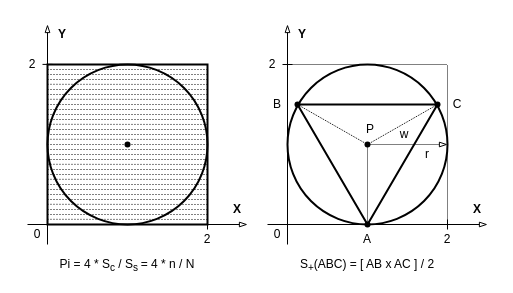
i-s-m-mipt/Education keeps this draw.io diagram as projects/examples/source/08.03.08.drawio. Above is the earlier version. Source tidied: cells renumbered, new cells numbered last; positions are measured from the earlier drawing's top-left corner, leaving out a move shared by most shapes. Both pictures are drawn from the tidied source at 100%, with x=0, y=0 at pixel (17, 24).
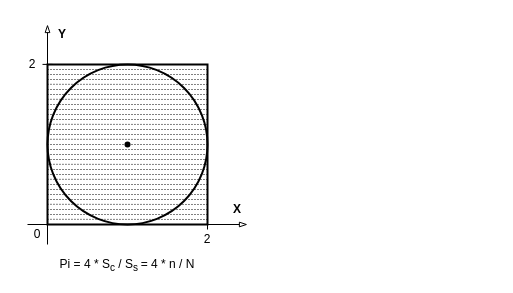
Above is the later version.

Change to the diagram source:
```diff
@@
-    <mxCell id="2" style="triangle;whiteSpace=wrap;html=1;fillColor=none;direction=south;strokeWidth=2;fontFamily=Helvetica;" parent="1" vertex="1">
-      <mxGeometry x="280" y="80" width="140" height="120" as="geometry" />
-    </mxCell>
-    <mxCell id="3" style="ellipse;whiteSpace=wrap;html=1;fillColor=none;strokeWidth=2;fontFamily=Helvetica;" parent="1" vertex="1">
-      <mxGeometry x="270" y="40" width="160" height="160" as="geometry" />
-    </mxCell>
@@
-    <mxCell id="13" style="endArrow=blockThin;html=1;rounded=0;endFill=0;strokeWidth=1;exitX=1;exitY=1;exitDx=0;exitDy=0;fontFamily=Helvetica;" parent="1" edge="1" source="20">
-      <mxGeometry relative="1" as="geometry">
-        <mxPoint x="270" as="targetPoint" />
-      </mxGeometry>
-    </mxCell>
-    <mxCell id="14" value="&lt;font&gt;&lt;b&gt;Y&lt;/b&gt;&lt;/font&gt;" style="text;html=1;align=center;verticalAlign=middle;whiteSpace=wrap;rounded=0;fontFamily=Helvetica;" parent="1" vertex="1">
-      <mxGeometry x="270" width="30" height="20" as="geometry" />
-    </mxCell>
-    <mxCell id="15" style="endArrow=blockThin;html=1;rounded=0;endFill=0;strokeWidth=1;exitX=0;exitY=0;exitDx=0;exitDy=0;fontFamily=Helvetica;" parent="1" edge="1" source="20">
-      <mxGeometry relative="1" as="geometry">
-        <mxPoint x="470" y="200" as="targetPoint" />
-      </mxGeometry>
-    </mxCell>
-    <mxCell id="16" value="&lt;font&gt;&lt;b&gt;X&lt;/b&gt;&lt;/font&gt;" style="text;html=1;align=center;verticalAlign=middle;whiteSpace=wrap;rounded=0;fontFamily=Helvetica;" parent="1" vertex="1">
-      <mxGeometry x="450" y="170" width="20" height="30" as="geometry" />
-    </mxCell>
-    <mxCell id="17" value="&lt;font&gt;P&lt;/font&gt;" style="text;html=1;align=center;verticalAlign=middle;whiteSpace=wrap;rounded=0;fontFamily=Helvetica;" parent="1" vertex="1">
-      <mxGeometry x="343" y="90" width="20" height="30" as="geometry" />
-    </mxCell>
-    <mxCell id="18" value="&lt;font&gt;2&lt;/font&gt;" style="text;html=1;align=center;verticalAlign=middle;whiteSpace=wrap;rounded=0;fontFamily=Helvetica;" parent="1" vertex="1">
-      <mxGeometry x="420" y="200" width="20" height="30" as="geometry" />
-    </mxCell>
-    <mxCell id="19" value="&lt;font&gt;2&lt;/font&gt;" style="text;html=1;align=center;verticalAlign=middle;whiteSpace=wrap;rounded=0;fontFamily=Helvetica;" parent="1" vertex="1">
-      <mxGeometry x="240" y="30" width="30" height="20" as="geometry" />
-    </mxCell>
-    <mxCell id="20" value="&lt;font&gt;0&lt;/font&gt;" style="text;html=1;align=center;verticalAlign=middle;whiteSpace=wrap;rounded=0;fontFamily=Helvetica;" parent="1" vertex="1">
-      <mxGeometry x="250" y="200" width="20" height="20" as="geometry" />
-    </mxCell>
@@
-    <mxCell id="53" value="A" style="text;html=1;align=center;verticalAlign=middle;whiteSpace=wrap;rounded=0;fontFamily=Helvetica;" parent="1" vertex="1">
-      <mxGeometry x="340" y="200" width="20" height="30" as="geometry" />
-    </mxCell>
-    <mxCell id="54" style="shape=waypoint;sketch=0;fillStyle=solid;size=6;fillColor=none;perimeter=centerPerimeter;fontFamily=Helvetica;" parent="1" vertex="1">
-      <mxGeometry x="340" y="190" width="20" height="20" as="geometry" />
-    </mxCell>
@@
-    <mxCell id="56" style="shape=waypoint;sketch=0;fillStyle=solid;size=6;points=[];fillColor=none;perimeter=centerPerimeter;snapToPoint=1;fontFamily=Helvetica;" parent="1" vertex="1">
-      <mxGeometry x="340" y="110" width="20" height="20" as="geometry" />
-    </mxCell>
-    <mxCell id="57" style="shape=waypoint;sketch=0;fillStyle=solid;size=6;points=[];fillColor=none;perimeter=centerPerimeter;snapToPoint=1;fontFamily=Helvetica;" parent="1" vertex="1">
-      <mxGeometry x="270" y="70" width="20" height="20" as="geometry" />
-    </mxCell>
-    <mxCell id="58" value="&lt;font&gt;B&lt;/font&gt;" style="text;html=1;align=center;verticalAlign=middle;whiteSpace=wrap;rounded=0;fontFamily=Helvetica;" parent="1" vertex="1">
-      <mxGeometry x="250" y="70" width="20" height="20" as="geometry" />
-    </mxCell>
-    <mxCell id="59" value="&lt;font&gt;C&lt;/font&gt;" style="text;html=1;align=center;verticalAlign=middle;whiteSpace=wrap;rounded=0;fontFamily=Helvetica;" parent="1" vertex="1">
-      <mxGeometry x="430" y="70" width="20" height="20" as="geometry" />
-    </mxCell>
-    <mxCell id="60" style="endArrow=none;html=1;rounded=0;endFill=0;exitDx=0;exitDy=0;exitPerimeter=0;dashed=1;dashPattern=1 1;fontFamily=Helvetica;" parent="1" edge="1" source="74">
-      <mxGeometry relative="1" as="geometry">
-        <mxPoint x="420" y="80" as="targetPoint" />
-      </mxGeometry>
-    </mxCell>
-    <mxCell id="61" style="endArrow=none;html=1;rounded=0;endFill=0;dashed=1;dashPattern=1 1;fontFamily=Helvetica;" parent="1" edge="1" source="56" target="57">
-      <mxGeometry relative="1" as="geometry" />
-    </mxCell>
-    <mxCell id="62" style="endArrow=none;html=1;rounded=0;endFill=0;dashed=1;dashPattern=1 1;fontFamily=Helvetica;" parent="1" edge="1" source="56">
-      <mxGeometry relative="1" as="geometry">
-        <mxPoint x="350" y="200" as="targetPoint" />
-      </mxGeometry>
-    </mxCell>
-    <mxCell id="63" style="endArrow=blockThin;html=1;rounded=0;entryX=1;entryY=0.5;entryDx=0;entryDy=0;endFill=0;fontFamily=Helvetica;dashed=1;dashPattern=1 1;" parent="1" edge="1" target="3">
-      <mxGeometry relative="1" as="geometry">
-        <mxPoint x="350" y="120" as="sourcePoint" />
-      </mxGeometry>
-    </mxCell>
-    <mxCell id="64" value="&lt;font&gt;w&lt;/font&gt;" style="text;html=1;align=center;verticalAlign=middle;whiteSpace=wrap;rounded=0;fontFamily=Helvetica;" parent="1" vertex="1">
-      <mxGeometry x="377" y="100" width="20" height="20" as="geometry" />
-    </mxCell>
-    <mxCell id="65" value="S&lt;sub style=&quot;&quot;&gt;+&lt;/sub&gt;(ABC) = [ AB x AC ] / 2" style="text;html=1;align=center;verticalAlign=middle;whiteSpace=wrap;rounded=0;fontFamily=Helvetica;" parent="1" vertex="1">
-      <mxGeometry x="250" y="231" width="200" height="20" as="geometry" />
-    </mxCell>
-    <mxCell id="66" style="endArrow=none;html=1;rounded=0;fontFamily=Helvetica;" parent="1" edge="1">
-      <mxGeometry relative="1" as="geometry">
-        <mxPoint x="265" y="40" as="sourcePoint" />
-        <mxPoint x="275" y="40" as="targetPoint" />
-      </mxGeometry>
-    </mxCell>
-    <mxCell id="67" style="endArrow=none;html=1;rounded=0;fontFamily=Helvetica;" parent="1" edge="1">
-      <mxGeometry relative="1" as="geometry">
-        <mxPoint x="430" y="205" as="sourcePoint" />
-        <mxPoint x="430" y="195" as="targetPoint" />
-      </mxGeometry>
-    </mxCell>
@@
-    <mxCell id="70" value="&lt;font&gt;r&lt;/font&gt;" style="text;html=1;align=center;verticalAlign=middle;whiteSpace=wrap;rounded=0;fontFamily=Helvetica;" parent="1" vertex="1">
-      <mxGeometry x="399.5" y="120" width="19.5" height="20" as="geometry" />
-    </mxCell>
-    <mxCell id="71" style="endArrow=none;html=1;rounded=0;dashed=1;dashPattern=1 1;fontFamily=Helvetica;" parent="1" edge="1">
-      <mxGeometry relative="1" as="geometry">
-        <mxPoint x="270" y="40" as="sourcePoint" />
-        <mxPoint x="430" y="40" as="targetPoint" />
-      </mxGeometry>
-    </mxCell>
-    <mxCell id="72" style="endArrow=none;html=1;rounded=0;exitX=0.5;exitY=0;exitDx=0;exitDy=0;dashed=1;dashPattern=1 1;fontFamily=Helvetica;" parent="1" edge="1" source="18">
-      <mxGeometry relative="1" as="geometry">
-        <mxPoint x="430" y="40" as="targetPoint" />
-      </mxGeometry>
-    </mxCell>
-    <mxCell id="73" style="endArrow=none;html=1;rounded=0;endFill=0;exitX=0.68;exitY=0.62;exitDx=0;exitDy=0;exitPerimeter=0;dashed=1;dashPattern=1 1;fontFamily=Helvetica;" parent="1" edge="1" source="56" target="74">
-      <mxGeometry relative="1" as="geometry" />
-    </mxCell>
-    <mxCell id="74" style="shape=waypoint;sketch=0;fillStyle=solid;size=6;points=[];fillColor=none;perimeter=centerPerimeter;snapToPoint=1;fontFamily=Helvetica;" parent="1" vertex="1">
-      <mxGeometry x="410" y="70" width="20" height="20" as="geometry" />
-    </mxCell>
```
